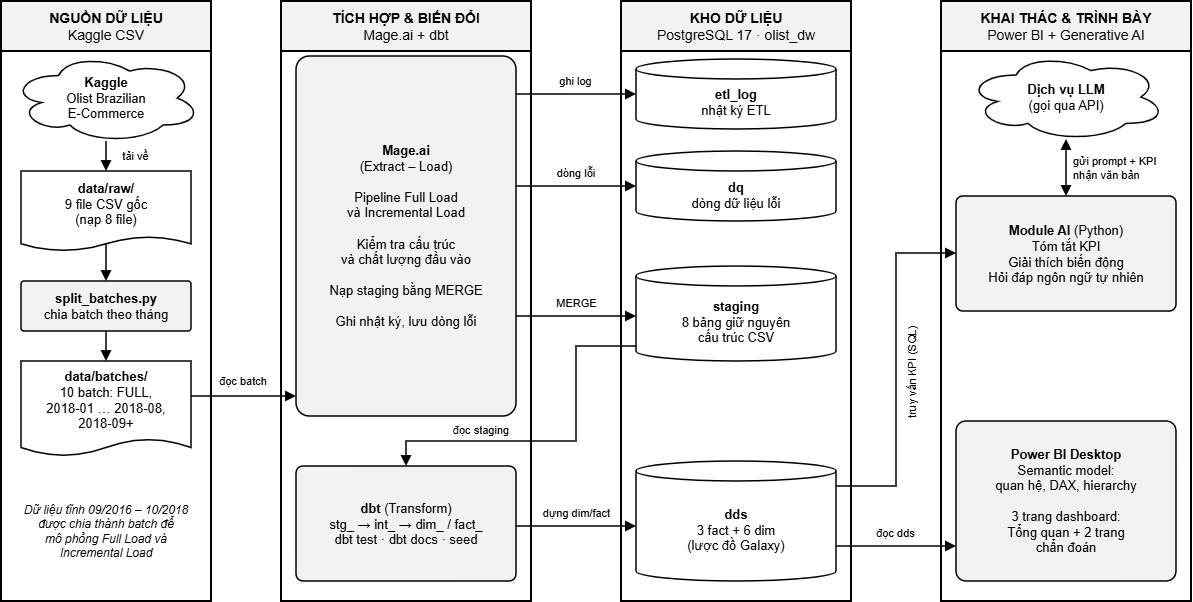
Above: docs/images/architecture.png in TrucHang676/bi-miniproject (draw.io), before the change. Source tidied: cells renumbered, new cells last; positions are measured from the earlier drawing's top-left corner, leaving out a move shared by most shapes. The source it was exported from:
```xml
<mxGraphModel>
  <root>
    <mxCell id="0" />
    <mxCell id="1" parent="0" />
    <mxCell id="2" value="&lt;b&gt;NGUỒN DỮ LIỆU&lt;/b&gt;&lt;br&gt;Kaggle CSV" style="swimlane;startSize=50;fillColor=#F2F2F2;swimlaneFillColor=#FFFFFF;strokeWidth=2;fontSize=14;fontStyle=0;html=1;whiteSpace=wrap;fontFamily=Arial;fontColor=#000000;strokeColor=#000000;" parent="1" vertex="1">
      <mxGeometry width="210" height="600" as="geometry" />
    </mxCell>
    <mxCell id="3" value="&lt;b&gt;Kaggle&lt;/b&gt;&lt;br&gt;Olist Brazilian&lt;br&gt;E-Commerce" style="ellipse;shape=cloud;fillColor=#FFFFFF;strokeWidth=1.5;fontSize=13;html=1;whiteSpace=wrap;fontFamily=Arial;fontColor=#000000;strokeColor=#000000;" parent="2" vertex="1">
      <mxGeometry x="10" y="52" width="190" height="90" as="geometry" />
    </mxCell>
    <mxCell id="4" value="&lt;b&gt;data/raw/&lt;/b&gt;&lt;br&gt;9 file CSV gốc&lt;br&gt;(nạp 8 file)" style="shape=document;boundedLbl=1;size=0.18;fillColor=#FFFFFF;strokeWidth=1.5;fontSize=13;html=1;whiteSpace=wrap;fontFamily=Arial;fontColor=#000000;strokeColor=#000000;" parent="2" vertex="1">
      <mxGeometry x="20" y="170" width="170" height="80" as="geometry" />
    </mxCell>
    <mxCell id="5" value="&lt;b&gt;split_batches.py&lt;/b&gt;&lt;br&gt;chia batch theo tháng" style="rounded=1;arcSize=6;fillColor=#F2F2F2;strokeWidth=1.5;fontSize=13;html=1;whiteSpace=wrap;fontFamily=Arial;fontColor=#000000;strokeColor=#000000;" parent="2" vertex="1">
      <mxGeometry x="20" y="280" width="170" height="50" as="geometry" />
    </mxCell>
    <mxCell id="6" value="&lt;b&gt;data/batches/&lt;/b&gt;&lt;br&gt;10 batch: FULL,&lt;br&gt;2018-01 … 2018-08,&lt;br&gt;2018-09+" style="shape=document;boundedLbl=1;size=0.18;fillColor=#FFFFFF;strokeWidth=1.5;fontSize=13;html=1;whiteSpace=wrap;fontFamily=Arial;fontColor=#000000;strokeColor=#000000;" parent="2" vertex="1">
      <mxGeometry x="20" y="360" width="170" height="95" as="geometry" />
    </mxCell>
    <mxCell id="7" value="Dữ liệu tĩnh 09/2016 – 10/2018&lt;br&gt;được chia thành batch để&lt;br&gt;mô phỏng Full Load và&lt;br&gt;Incremental Load" style="text;html=1;whiteSpace=wrap;fontFamily=Arial;fontColor=#000000;fontSize=12;fontStyle=2;align=center;verticalAlign=middle;" parent="2" vertex="1">
      <mxGeometry x="10" y="480" width="190" height="100" as="geometry" />
    </mxCell>
    <mxCell id="8" value="&lt;b&gt;TÍCH HỢP &amp; BIẾN ĐỔI&lt;/b&gt;&lt;br&gt;Mage.ai + dbt" style="swimlane;startSize=50;fillColor=#F2F2F2;swimlaneFillColor=#FFFFFF;strokeWidth=2;fontSize=14;fontStyle=0;html=1;whiteSpace=wrap;fontFamily=Arial;fontColor=#000000;strokeColor=#000000;" parent="1" vertex="1">
      <mxGeometry x="280" width="250" height="600" as="geometry" />
    </mxCell>
    <mxCell id="9" value="&lt;b&gt;Mage.ai&lt;/b&gt;&lt;br&gt;(Extract – Load)&lt;br&gt;&lt;br&gt;Pipeline Full Load&lt;br&gt;và Incremental Load&lt;br&gt;&lt;br&gt;Kiểm tra cấu trúc&lt;br&gt;và chất lượng đầu vào&lt;br&gt;&lt;br&gt;Nạp staging bằng MERGE&lt;br&gt;&lt;br&gt;Ghi nhật ký, lưu dòng lỗi" style="rounded=1;arcSize=6;fillColor=#F2F2F2;strokeWidth=1.5;fontSize=13;html=1;whiteSpace=wrap;fontFamily=Arial;fontColor=#000000;strokeColor=#000000;" parent="8" vertex="1">
      <mxGeometry x="15" y="55" width="220" height="360" as="geometry" />
    </mxCell>
    <mxCell id="10" value="&lt;b&gt;dbt&lt;/b&gt; (Transform)&lt;br&gt;stg_ → int_ → dim_ / fact_&lt;br&gt;dbt test · dbt docs · seed" style="rounded=1;arcSize=6;fillColor=#F2F2F2;strokeWidth=1.5;fontSize=13;html=1;whiteSpace=wrap;fontFamily=Arial;fontColor=#000000;strokeColor=#000000;" parent="8" vertex="1">
      <mxGeometry x="15" y="465" width="220" height="115" as="geometry" />
    </mxCell>
    <mxCell id="11" value="&lt;b&gt;KHO DỮ LIỆU&lt;/b&gt;&lt;br&gt;PostgreSQL 17 · olist_dw" style="swimlane;startSize=50;fillColor=#F2F2F2;swimlaneFillColor=#FFFFFF;strokeWidth=2;fontSize=14;fontStyle=0;html=1;whiteSpace=wrap;fontFamily=Arial;fontColor=#000000;strokeColor=#000000;" parent="1" vertex="1">
      <mxGeometry x="620" width="230" height="600" as="geometry" />
    </mxCell>
    <mxCell id="12" value="&lt;b&gt;etl_log&lt;/b&gt;&lt;br&gt;nhật ký ETL" style="shape=cylinder3;boundedLbl=1;backgroundOutline=1;size=10;fillColor=#FFFFFF;strokeWidth=1.5;fontSize=13;html=1;whiteSpace=wrap;fontFamily=Arial;fontColor=#000000;strokeColor=#000000;" parent="11" vertex="1">
      <mxGeometry x="15" y="58" width="200" height="70" as="geometry" />
    </mxCell>
    <mxCell id="13" value="&lt;b&gt;dq&lt;/b&gt;&lt;br&gt;dòng dữ liệu lỗi" style="shape=cylinder3;boundedLbl=1;backgroundOutline=1;size=10;fillColor=#FFFFFF;strokeWidth=1.5;fontSize=13;html=1;whiteSpace=wrap;fontFamily=Arial;fontColor=#000000;strokeColor=#000000;" parent="11" vertex="1">
      <mxGeometry x="15" y="150" width="200" height="70" as="geometry" />
    </mxCell>
    <mxCell id="14" value="&lt;b&gt;staging&lt;/b&gt;&lt;br&gt;8 bảng giữ nguyên&lt;br&gt;cấu trúc CSV" style="shape=cylinder3;boundedLbl=1;backgroundOutline=1;size=10;fillColor=#FFFFFF;strokeWidth=1.5;fontSize=13;html=1;whiteSpace=wrap;fontFamily=Arial;fontColor=#000000;strokeColor=#000000;" parent="11" vertex="1">
      <mxGeometry x="15" y="265" width="200" height="95" as="geometry" />
    </mxCell>
    <mxCell id="15" value="&lt;b&gt;dds&lt;/b&gt;&lt;br&gt;3 fact + 6 dim&lt;br&gt;(lược đồ Galaxy)" style="shape=cylinder3;boundedLbl=1;backgroundOutline=1;size=10;fillColor=#FFFFFF;strokeWidth=1.5;fontSize=13;html=1;whiteSpace=wrap;fontFamily=Arial;fontColor=#000000;strokeColor=#000000;" parent="11" vertex="1">
      <mxGeometry x="15" y="460" width="200" height="120" as="geometry" />
    </mxCell>
    <mxCell id="16" value="&lt;b&gt;KHAI THÁC &amp; TRÌNH BÀY&lt;/b&gt;&lt;br&gt;Power BI + Generative AI" style="swimlane;startSize=50;fillColor=#F2F2F2;swimlaneFillColor=#FFFFFF;strokeWidth=2;fontSize=14;fontStyle=0;html=1;whiteSpace=wrap;fontFamily=Arial;fontColor=#000000;strokeColor=#000000;" parent="1" vertex="1">
      <mxGeometry x="940" width="250" height="600" as="geometry" />
    </mxCell>
    <mxCell id="17" value="&lt;b&gt;Dịch vụ LLM&lt;/b&gt;&lt;br&gt;(gọi qua API)" style="ellipse;shape=cloud;fillColor=#FFFFFF;strokeWidth=1.5;fontSize=13;html=1;whiteSpace=wrap;fontFamily=Arial;fontColor=#000000;strokeColor=#000000;" parent="16" vertex="1">
      <mxGeometry x="25" y="52" width="200" height="88" as="geometry" />
    </mxCell>
    <mxCell id="18" value="&lt;b&gt;Module AI&lt;/b&gt; (Python)&lt;br&gt;Tóm tắt KPI&lt;br&gt;Giải thích biến động&lt;br&gt;Hỏi đáp ngôn ngữ tự nhiên" style="rounded=1;arcSize=6;fillColor=#F2F2F2;strokeWidth=1.5;fontSize=13;html=1;whiteSpace=wrap;fontFamily=Arial;fontColor=#000000;strokeColor=#000000;" parent="16" vertex="1">
      <mxGeometry x="15" y="195" width="220" height="115" as="geometry" />
    </mxCell>
    <mxCell id="19" value="&lt;b&gt;Power BI Desktop&lt;/b&gt;&lt;br&gt;Semantic model:&lt;br&gt;quan hệ, DAX, hierarchy&lt;br&gt;&lt;br&gt;3 trang dashboard:&lt;br&gt;Tổng quan + 2 trang&lt;br&gt;chẩn đoán" style="rounded=1;arcSize=6;fillColor=#F2F2F2;strokeWidth=1.5;fontSize=13;html=1;whiteSpace=wrap;fontFamily=Arial;fontColor=#000000;strokeColor=#000000;" parent="16" vertex="1">
      <mxGeometry x="15" y="420" width="220" height="160" as="geometry" />
    </mxCell>
    <mxCell id="20" value="tải về" style="text;html=1;whiteSpace=wrap;fontFamily=Arial;fontColor=#000000;fontSize=11;align=center;verticalAlign=middle;labelBackgroundColor=#FFFFFF;align=center;fontSize=11;" parent="1" vertex="1">
      <mxGeometry x="112.4" y="146.5" width="45.2" height="17" as="geometry" />
    </mxCell>
    <mxCell id="21" value="đọc batch" style="text;html=1;whiteSpace=wrap;fontFamily=Arial;fontColor=#000000;fontSize=11;align=center;verticalAlign=middle;labelBackgroundColor=#FFFFFF;align=center;fontSize=11;" parent="1" vertex="1">
      <mxGeometry x="210.1" y="371.5" width="63.8" height="17" as="geometry" />
    </mxCell>
    <mxCell id="22" value="ghi log" style="text;html=1;whiteSpace=wrap;fontFamily=Arial;fontColor=#000000;fontSize=11;align=center;verticalAlign=middle;labelBackgroundColor=#FFFFFF;align=center;fontSize=11;" parent="1" vertex="1">
      <mxGeometry x="549.3" y="71.5" width="51.4" height="17" as="geometry" />
    </mxCell>
    <mxCell id="23" value="dòng lỗi" style="text;html=1;whiteSpace=wrap;fontFamily=Arial;fontColor=#000000;fontSize=11;align=center;verticalAlign=middle;labelBackgroundColor=#FFFFFF;align=center;fontSize=11;" parent="1" vertex="1">
      <mxGeometry x="546.2" y="163.5" width="57.6" height="17" as="geometry" />
    </mxCell>
    <mxCell id="24" value="MERGE" style="text;html=1;whiteSpace=wrap;fontFamily=Arial;fontColor=#000000;fontSize=11;align=center;verticalAlign=middle;labelBackgroundColor=#FFFFFF;align=center;fontSize=11;" parent="1" vertex="1">
      <mxGeometry x="555.5" y="293.5" width="39" height="17" as="geometry" />
    </mxCell>
    <mxCell id="25" value="đọc staging" style="text;html=1;whiteSpace=wrap;fontFamily=Arial;fontColor=#000000;fontSize=11;align=center;verticalAlign=middle;labelBackgroundColor=#FFFFFF;align=center;fontSize=11;" parent="1" vertex="1">
      <mxGeometry x="441.9" y="420.5" width="76.2" height="17" as="geometry" />
    </mxCell>
    <mxCell id="26" value="dựng dim/fact" style="text;html=1;whiteSpace=wrap;fontFamily=Arial;fontColor=#000000;fontSize=11;align=center;verticalAlign=middle;labelBackgroundColor=#FFFFFF;align=center;fontSize=11;" parent="1" vertex="1">
      <mxGeometry x="530.7" y="503.5" width="88.6" height="17" as="geometry" />
    </mxCell>
    <mxCell id="27" value="đọc dds" style="text;html=1;whiteSpace=wrap;fontFamily=Arial;fontColor=#000000;fontSize=11;align=center;verticalAlign=middle;labelBackgroundColor=#FFFFFF;align=center;fontSize=11;" parent="1" vertex="1">
      <mxGeometry x="869.3" y="523.5" width="51.4" height="17" as="geometry" />
    </mxCell>
    <mxCell id="28" value="truy vấn KPI (SQL)" style="text;html=1;whiteSpace=wrap;fontFamily=Arial;fontColor=#000000;fontSize=11;align=center;verticalAlign=middle;labelBackgroundColor=#FFFFFF;align=center;fontSize=11;rotation=-90;" parent="1" vertex="1">
      <mxGeometry x="851.2" y="361.5" width="119.6" height="17" as="geometry" />
    </mxCell>
    <mxCell id="29" value="gửi prompt + KPI&lt;br&gt;nhận văn bản" style="text;html=1;whiteSpace=wrap;fontFamily=Arial;fontColor=#000000;fontSize=11;align=center;verticalAlign=middle;labelBackgroundColor=#FFFFFF;align=left;fontSize=11;" parent="1" vertex="1">
      <mxGeometry x="1070" y="151" width="100" height="32" as="geometry" />
    </mxCell>
    <mxCell id="30" style="edgeStyle=none;rounded=0;html=1;jumpStyle=arc;jumpSize=8;strokeColor=#000000;strokeWidth=1.5;endArrow=block;endFill=1;endSize=7;exitPerimeter=0;entryPerimeter=0;exitX=0.5;exitY=0.9778;exitDx=0;exitDy=0;entryX=0.5;entryY=0;entryDx=0;entryDy=0;" parent="1" edge="1" source="3" target="4">
      <mxGeometry relative="1" as="geometry" />
    </mxCell>
    <mxCell id="31" style="edgeStyle=none;rounded=0;html=1;jumpStyle=arc;jumpSize=8;strokeColor=#000000;strokeWidth=1.5;endArrow=block;endFill=1;endSize=7;exitPerimeter=0;entryPerimeter=0;exitX=0.5;exitY=0.91;exitDx=0;exitDy=0;entryX=0.5;entryY=0;entryDx=0;entryDy=0;" parent="1" edge="1" source="4" target="5">
      <mxGeometry relative="1" as="geometry" />
    </mxCell>
    <mxCell id="32" style="edgeStyle=none;rounded=0;html=1;jumpStyle=arc;jumpSize=8;strokeColor=#000000;strokeWidth=1.5;endArrow=block;endFill=1;endSize=7;exitPerimeter=0;entryPerimeter=0;exitX=0.5;exitY=1;exitDx=0;exitDy=0;entryX=0.5;entryY=0;entryDx=0;entryDy=0;" parent="1" edge="1" source="5" target="6">
      <mxGeometry relative="1" as="geometry" />
    </mxCell>
    <mxCell id="33" style="edgeStyle=none;rounded=0;html=1;jumpStyle=arc;jumpSize=8;strokeColor=#000000;strokeWidth=1.5;endArrow=block;endFill=1;endSize=7;exitPerimeter=0;entryPerimeter=0;exitX=1;exitY=0.3684;exitDx=0;exitDy=0;entryX=0;entryY=0.9444;entryDx=0;entryDy=0;" parent="1" edge="1" source="6" target="9">
      <mxGeometry relative="1" as="geometry" />
    </mxCell>
    <mxCell id="34" style="edgeStyle=none;rounded=0;html=1;jumpStyle=arc;jumpSize=8;strokeColor=#000000;strokeWidth=1.5;endArrow=block;endFill=1;endSize=7;exitPerimeter=0;entryPerimeter=0;exitX=1;exitY=0.1056;exitDx=0;exitDy=0;entryX=0;entryY=0.5;entryDx=0;entryDy=0;" parent="1" edge="1" source="9" target="12">
      <mxGeometry relative="1" as="geometry" />
    </mxCell>
    <mxCell id="35" style="edgeStyle=none;rounded=0;html=1;jumpStyle=arc;jumpSize=8;strokeColor=#000000;strokeWidth=1.5;endArrow=block;endFill=1;endSize=7;exitPerimeter=0;entryPerimeter=0;exitX=1;exitY=0.3611;exitDx=0;exitDy=0;entryX=0;entryY=0.5;entryDx=0;entryDy=0;" parent="1" edge="1" source="9" target="13">
      <mxGeometry relative="1" as="geometry" />
    </mxCell>
    <mxCell id="36" style="edgeStyle=none;rounded=0;html=1;jumpStyle=arc;jumpSize=8;strokeColor=#000000;strokeWidth=1.5;endArrow=block;endFill=1;endSize=7;exitPerimeter=0;entryPerimeter=0;exitX=1;exitY=0.7222;exitDx=0;exitDy=0;entryX=0;entryY=0.5263;entryDx=0;entryDy=0;" parent="1" edge="1" source="9" target="14">
      <mxGeometry relative="1" as="geometry" />
    </mxCell>
    <mxCell id="37" style="edgeStyle=none;rounded=0;html=1;jumpStyle=arc;jumpSize=8;strokeColor=#000000;strokeWidth=1.5;endArrow=block;endFill=1;endSize=7;exitPerimeter=0;entryPerimeter=0;exitX=0;exitY=0.8421;exitDx=0;exitDy=0;entryX=0.5;entryY=0;entryDx=0;entryDy=0;" parent="1" edge="1" source="14" target="10">
      <mxGeometry relative="1" as="geometry">
        <Array as="points">
          <mxPoint x="575" y="345" />
          <mxPoint x="575" y="440" />
          <mxPoint x="405" y="440" />
        </Array>
      </mxGeometry>
    </mxCell>
    <mxCell id="38" style="edgeStyle=none;rounded=0;html=1;jumpStyle=arc;jumpSize=8;strokeColor=#000000;strokeWidth=1.5;endArrow=block;endFill=1;endSize=7;exitPerimeter=0;entryPerimeter=0;exitX=1;exitY=0.5217;exitDx=0;exitDy=0;entryX=0;entryY=0.5417;entryDx=0;entryDy=0;" parent="1" edge="1" source="10" target="15">
      <mxGeometry relative="1" as="geometry" />
    </mxCell>
    <mxCell id="39" style="edgeStyle=none;rounded=0;html=1;jumpStyle=arc;jumpSize=8;strokeColor=#000000;strokeWidth=1.5;endArrow=block;endFill=1;endSize=7;exitPerimeter=0;entryPerimeter=0;exitX=1;exitY=0.7083;exitDx=0;exitDy=0;entryX=0;entryY=0.7812;entryDx=0;entryDy=0;" parent="1" edge="1" source="15" target="19">
      <mxGeometry relative="1" as="geometry" />
    </mxCell>
    <mxCell id="40" style="edgeStyle=none;rounded=0;html=1;jumpStyle=arc;jumpSize=8;strokeColor=#000000;strokeWidth=1.5;endArrow=block;endFill=1;endSize=7;exitPerimeter=0;entryPerimeter=0;exitX=1;exitY=0.2083;exitDx=0;exitDy=0;entryX=0;entryY=0.4957;entryDx=0;entryDy=0;" parent="1" edge="1" source="15" target="18">
      <mxGeometry relative="1" as="geometry">
        <Array as="points">
          <mxPoint x="895" y="485" />
          <mxPoint x="895" y="252" />
        </Array>
      </mxGeometry>
    </mxCell>
    <mxCell id="41" style="edgeStyle=none;rounded=0;html=1;jumpStyle=arc;jumpSize=8;strokeColor=#000000;strokeWidth=1.5;endArrow=block;endFill=1;endSize=7;exitPerimeter=0;entryPerimeter=0;startArrow=block;startFill=1;startSize=7;exitX=0.5;exitY=0;exitDx=0;exitDy=0;entryX=0.5;entryY=0.9773;entryDx=0;entryDy=0;" parent="1" edge="1" source="18" target="17">
      <mxGeometry relative="1" as="geometry" />
    </mxCell>
  </root>
</mxGraphModel>
```
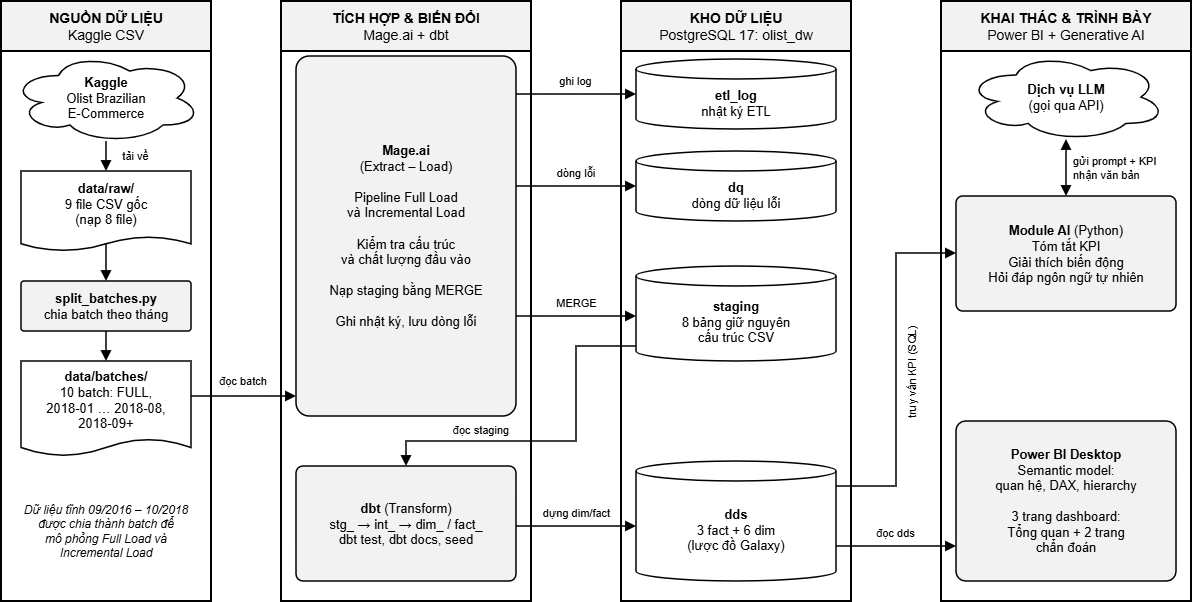
Later version of the same file.

Commit message:
Update architecture diagram to reflect recent changes

The edit, as a diff of the source:
```diff
@@ -26,10 +26,10 @@
     <mxCell id="9" value="&lt;b&gt;Mage.ai&lt;/b&gt;&lt;br&gt;(Extract – Load)&lt;br&gt;&lt;br&gt;Pipeline Full Load&lt;br&gt;và Incremental Load&lt;br&gt;&lt;br&gt;Kiểm tra cấu trúc&lt;br&gt;và chất lượng đầu vào&lt;br&gt;&lt;br&gt;Nạp staging bằng MERGE&lt;br&gt;&lt;br&gt;Ghi nhật ký, lưu dòng lỗi" style="rounded=1;arcSize=6;fillColor=#F2F2F2;strokeWidth=1.5;fontSize=13;html=1;whiteSpace=wrap;fontFamily=Arial;fontColor=#000000;strokeColor=#000000;" parent="8" vertex="1">
       <mxGeometry x="15" y="55" width="220" height="360" as="geometry" />
     </mxCell>
-    <mxCell id="10" value="&lt;b&gt;dbt&lt;/b&gt; (Transform)&lt;br&gt;stg_ → int_ → dim_ / fact_&lt;br&gt;dbt test · dbt docs · seed" style="rounded=1;arcSize=6;fillColor=#F2F2F2;strokeWidth=1.5;fontSize=13;html=1;whiteSpace=wrap;fontFamily=Arial;fontColor=#000000;strokeColor=#000000;" parent="8" vertex="1">
+    <mxCell id="10" value="&lt;b&gt;dbt&lt;/b&gt; (Transform)&lt;br&gt;stg_ → int_ → dim_ / fact_&lt;br&gt;dbt test, dbt docs, seed" style="rounded=1;arcSize=6;fillColor=#F2F2F2;strokeWidth=1.5;fontSize=13;html=1;whiteSpace=wrap;fontFamily=Arial;fontColor=#000000;strokeColor=#000000;" parent="8" vertex="1">
       <mxGeometry x="15" y="465" width="220" height="115" as="geometry" />
     </mxCell>
-    <mxCell id="11" value="&lt;b&gt;KHO DỮ LIỆU&lt;/b&gt;&lt;br&gt;PostgreSQL 17 · olist_dw" style="swimlane;startSize=50;fillColor=#F2F2F2;swimlaneFillColor=#FFFFFF;strokeWidth=2;fontSize=14;fontStyle=0;html=1;whiteSpace=wrap;fontFamily=Arial;fontColor=#000000;strokeColor=#000000;" parent="1" vertex="1">
+    <mxCell id="11" value="&lt;b&gt;KHO DỮ LIỆU&lt;/b&gt;&lt;br&gt;PostgreSQL 17: olist_dw" style="swimlane;startSize=50;fillColor=#F2F2F2;swimlaneFillColor=#FFFFFF;strokeWidth=2;fontSize=14;fontStyle=0;html=1;whiteSpace=wrap;fontFamily=Arial;fontColor=#000000;strokeColor=#000000;" parent="1" vertex="1">
       <mxGeometry x="620" width="230" height="600" as="geometry" />
     </mxCell>
     <mxCell id="12" value="&lt;b&gt;etl_log&lt;/b&gt;&lt;br&gt;nhật ký ETL" style="shape=cylinder3;boundedLbl=1;backgroundOutline=1;size=10;fillColor=#FFFFFF;strokeWidth=1.5;fontSize=13;html=1;whiteSpace=wrap;fontFamily=Arial;fontColor=#000000;strokeColor=#000000;" parent="11" vertex="1">
```
